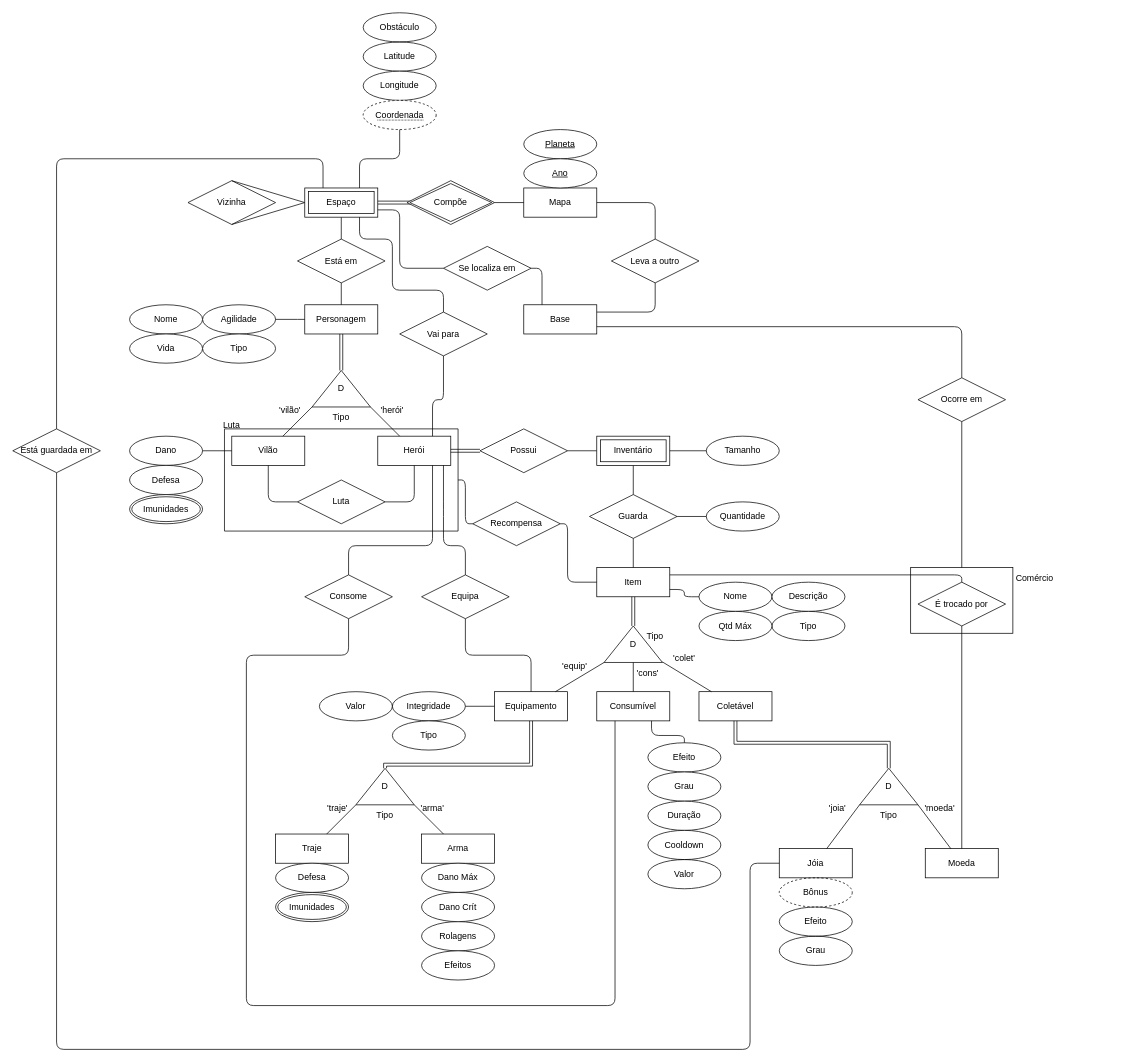
This is Módulo 1: MER/Modelo Entidade Relacionamento.drawio from SBD1/grupo11-Universo-Marvel, a draw.io file, before an edit. Source tidied: cells renumbered, new cells numbered last; positions are measured from the earlier drawing's top-left corner, leaving out a move shared by most shapes. Both pictures are drawn from the tidied source at 73%, with x=0, y=0 at pixel (12, 12).
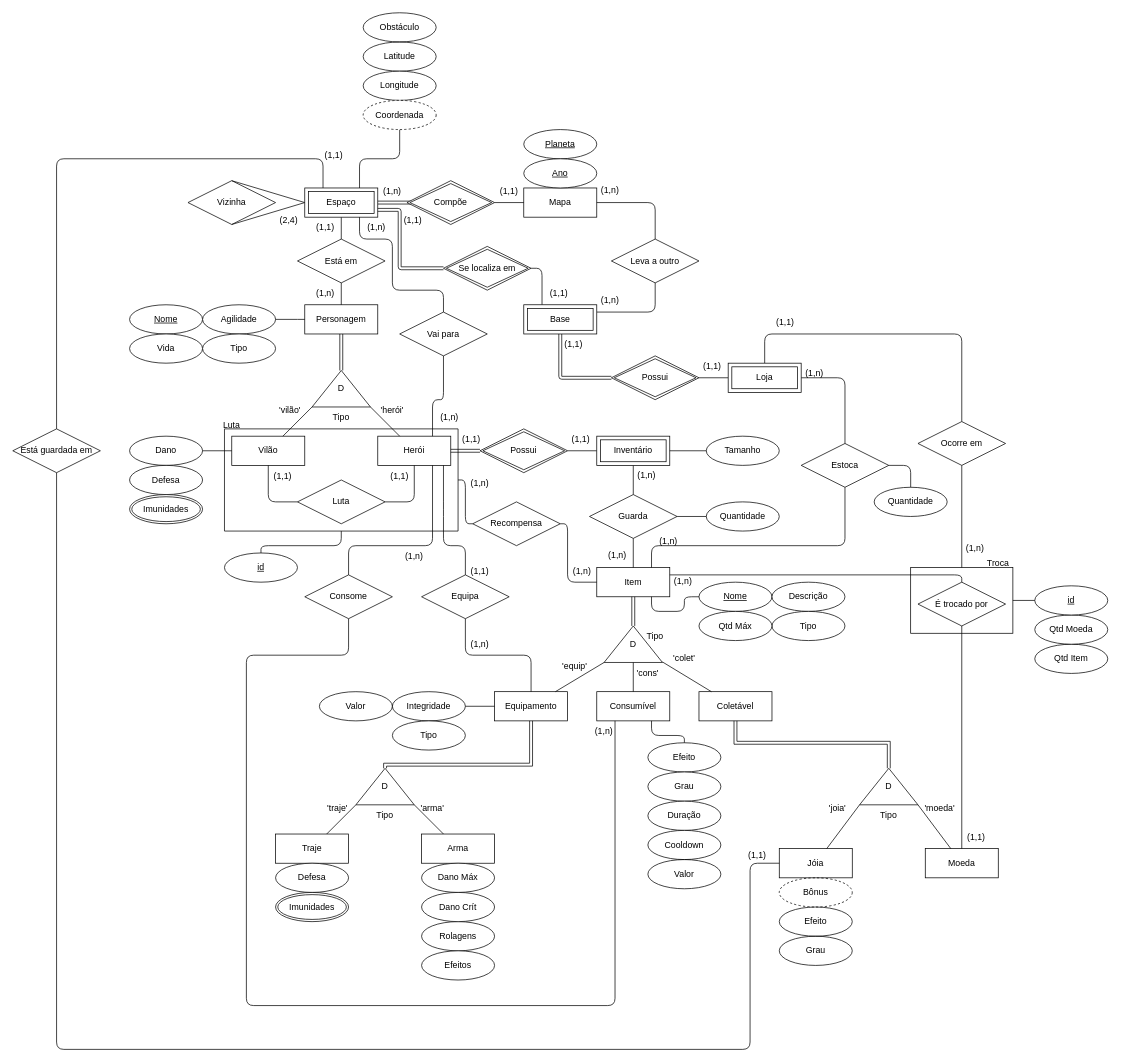
The same diagram, later.

Commit message:
Adding cardinality and finishing up ERM

The change refers to these unchanged cells:
```xml
<mxCell id="2" style="verticalLabelPosition=bottom;verticalAlign=top;html=1;shape=mxgraph.basic.rect;fillColor2=none;strokeWidth=1;size=20;indent=5;fillColor=none;" parent="1" vertex="1">
  <mxGeometry x="290" y="570" width="320" height="140" as="geometry" />
</mxCell>
<mxCell id="23" value="Espaço" style="shape=ext;margin=3;double=1;whiteSpace=wrap;html=1;align=center;" parent="1" vertex="1">
  <mxGeometry x="400" y="240" width="100" height="40" as="geometry" />
</mxCell>
<mxCell id="27" value="Herói" style="whiteSpace=wrap;html=1;align=center;" parent="1" vertex="1">
  <mxGeometry x="500" y="580" width="100" height="40" as="geometry" />
</mxCell>
<mxCell id="39" value="Item" style="whiteSpace=wrap;html=1;align=center;" parent="1" vertex="1">
  <mxGeometry x="800" y="760" width="100" height="40" as="geometry" />
</mxCell>
```

The edit, as a diff of the source:
```diff
@@
+    <mxCell id="135" style="rounded=0;whiteSpace=wrap;html=1;fillColor=none;" parent="1" vertex="1">
+      <mxGeometry x="1230" y="760" width="140" height="90" as="geometry" />
+    </mxCell>
@@
-    <mxCell id="16" value="Possui" style="shape=rhombus;perimeter=rhombusPerimeter;whiteSpace=wrap;html=1;align=center;" parent="1" vertex="1">
-      <mxGeometry x="640" y="570" width="120" height="60" as="geometry" />
-    </mxCell>
-    <mxCell id="17" style="endArrow=none;html=1;rounded=0;" parent="1" edge="1" source="16">
+    <mxCell id="17" style="endArrow=none;html=1;rounded=0;" parent="1" edge="1">
       <mxGeometry relative="1" as="geometry">
+        <mxPoint x="760" y="600" as="sourcePoint" />
         <mxPoint x="800" y="600" as="targetPoint" />
       </mxGeometry>
     </mxCell>
@@
-    <mxCell id="19" value="Nome" style="ellipse;whiteSpace=wrap;html=1;align=center;" parent="1" vertex="1">
+    <mxCell id="19" value="&lt;u&gt;Nome&lt;/u&gt;" style="ellipse;whiteSpace=wrap;html=1;align=center;" parent="1" vertex="1">
       <mxGeometry x="160" y="400" width="100" height="40" as="geometry" />
     </mxCell>
@@
-    <mxCell id="25" value="&lt;span style=&quot;border-bottom: 1px dotted&quot;&gt;Coordenada&lt;/span&gt;" style="ellipse;whiteSpace=wrap;html=1;align=center;dashed=1;" parent="1" vertex="1">
-      <mxGeometry x="480" y="120" width="100" height="40" as="geometry" />
-    </mxCell>
@@
-    <mxCell id="38" style="endArrow=none;html=1;rounded=0;shape=link;" parent="1" edge="1" source="27" target="16">
-      <mxGeometry relative="1" as="geometry" />
+    <mxCell id="38" style="endArrow=none;html=1;rounded=0;shape=link;" parent="1" edge="1" source="27">
+      <mxGeometry relative="1" as="geometry">
+        <mxPoint x="640" y="600" as="targetPoint" />
+      </mxGeometry>
     </mxCell>
@@
-    <mxCell id="45" value="Nome" style="ellipse;whiteSpace=wrap;html=1;align=center;" parent="1" vertex="1">
+    <mxCell id="45" value="&lt;u&gt;Nome&lt;/u&gt;" style="ellipse;whiteSpace=wrap;html=1;align=center;" parent="1" vertex="1">
       <mxGeometry x="940" y="780" width="100" height="40" as="geometry" />
     </mxCell>
@@
-    <mxCell id="48" style="endArrow=none;html=1;rounded=1;exitX=1;exitY=0.75;exitDx=0;exitDy=0;" parent="1" edge="1" source="39" target="45">
+    <mxCell id="48" style="endArrow=none;html=1;rounded=1;exitX=0.75;exitY=1;exitDx=0;exitDy=0;" parent="1" edge="1" source="39" target="45">
       <mxGeometry relative="1" as="geometry">
         <Array as="points">
-          <mxPoint x="920" y="790" />
+          <mxPoint x="875" y="820" />
+          <mxPoint x="920" y="820" />
           <mxPoint x="920" y="800" />
         </Array>
       </mxGeometry>
     </mxCell>
@@
-    <mxCell id="118" value="Base" style="whiteSpace=wrap;html=1;align=center;fillColor=none;" parent="1" vertex="1">
-      <mxGeometry x="700" y="400" width="100" height="40" as="geometry" />
-    </mxCell>
-    <mxCell id="119" style="endArrow=none;html=1;rounded=1;exitX=0.75;exitY=0;exitDx=0;exitDy=0;" parent="1" edge="1" source="23" target="25">
+    <mxCell id="119" style="endArrow=none;html=1;rounded=1;exitX=0.75;exitY=0;exitDx=0;exitDy=0;" parent="1" edge="1" source="23">
       <mxGeometry relative="1" as="geometry">
+        <mxPoint x="530" y="160" as="targetPoint" />
         <Array as="points">
           <mxPoint x="475" y="200" />
           <mxPoint x="530" y="200" />
         </Array>
       </mxGeometry>
     </mxCell>
@@
-    <mxCell id="122" value="Se localiza em" style="shape=rhombus;perimeter=rhombusPerimeter;whiteSpace=wrap;html=1;align=center;fillColor=none;" parent="1" vertex="1">
-      <mxGeometry x="590" y="320" width="120" height="60" as="geometry" />
-    </mxCell>
-    <mxCell id="123" style="endArrow=none;html=1;rounded=1;exitX=1;exitY=0.5;exitDx=0;exitDy=0;entryX=0.25;entryY=0;entryDx=0;entryDy=0;" parent="1" edge="1" source="122" target="118">
+    <mxCell id="123" style="endArrow=none;html=1;rounded=1;exitX=1;exitY=0.5;exitDx=0;exitDy=0;entryX=0.25;entryY=0;entryDx=0;entryDy=0;" parent="1" edge="1">
       <mxGeometry relative="1" as="geometry">
+        <mxPoint x="710" y="350" as="sourcePoint" />
+        <mxPoint x="725" y="400" as="targetPoint" />
         <Array as="points">
           <mxPoint x="725" y="350" />
         </Array>
       </mxGeometry>
     </mxCell>
@@
-    <mxCell id="126" style="endArrow=none;html=1;rounded=1;exitX=1;exitY=0.25;exitDx=0;exitDy=0;" parent="1" edge="1" source="118">
+    <mxCell id="126" style="endArrow=none;html=1;rounded=1;exitX=1;exitY=0.25;exitDx=0;exitDy=0;" parent="1" edge="1">
       <mxGeometry relative="1" as="geometry">
+        <mxPoint x="800" y="410" as="sourcePoint" />
         <mxPoint x="880" y="370" as="targetPoint" />
         <Array as="points">
           <mxPoint x="880" y="410" />
         </Array>
       </mxGeometry>
     </mxCell>
@@
-    <mxCell id="135" style="rounded=0;whiteSpace=wrap;html=1;fillColor=none;" parent="1" vertex="1">
-      <mxGeometry x="1230" y="760" width="140" height="90" as="geometry" />
-    </mxCell>
-    <mxCell id="136" value="Comércio" style="text;html=1;strokeColor=none;fillColor=none;align=center;verticalAlign=middle;whiteSpace=wrap;rounded=0;" parent="1" vertex="1">
-      <mxGeometry x="1370" y="760" width="60" height="30" as="geometry" />
+    <mxCell id="136" value="Troca" style="text;html=1;strokeColor=none;fillColor=none;align=center;verticalAlign=middle;whiteSpace=wrap;rounded=0;" parent="1" vertex="1">
+      <mxGeometry x="1320" y="740" width="60" height="30" as="geometry" />
     </mxCell>
     <mxCell id="137" value="Ocorre em" style="shape=rhombus;perimeter=rhombusPerimeter;whiteSpace=wrap;html=1;align=center;fillColor=none;" parent="1" vertex="1">
-      <mxGeometry x="1240" y="500" width="120" height="60" as="geometry" />
+      <mxGeometry x="1240" y="560" width="120" height="60" as="geometry" />
     </mxCell>
@@
-    <mxCell id="139" style="endArrow=none;html=1;rounded=1;exitX=1;exitY=0.75;exitDx=0;exitDy=0;entryX=0.5;entryY=0;entryDx=0;entryDy=0;" parent="1" edge="1" source="118" target="137">
+    <mxCell id="139" style="endArrow=none;html=1;rounded=1;entryX=0.5;entryY=0;entryDx=0;entryDy=0;exitX=0.5;exitY=0;exitDx=0;exitDy=0;" parent="1" edge="1" target="137">
       <mxGeometry relative="1" as="geometry">
+        <mxPoint x="1030" y="480" as="sourcePoint" />
         <Array as="points">
-          <mxPoint x="1300" y="430" />
+          <mxPoint x="1030" y="440" />
+          <mxPoint x="1300" y="440" />
         </Array>
       </mxGeometry>
     </mxCell>
@@
-    <mxCell id="143" style="endArrow=none;html=1;rounded=1;exitX=1;exitY=0.75;exitDx=0;exitDy=0;entryX=0;entryY=0.5;entryDx=0;entryDy=0;" parent="1" edge="1" source="23" target="122">
+    <mxCell id="143" style="endArrow=none;html=1;rounded=1;exitX=1;exitY=0.75;exitDx=0;exitDy=0;entryX=0;entryY=0.5;entryDx=0;entryDy=0;shape=link;" parent="1" edge="1" source="23">
       <mxGeometry relative="1" as="geometry">
+        <mxPoint x="590" y="350" as="targetPoint" />
         <Array as="points">
           <mxPoint x="530" y="270" />
           <mxPoint x="530" y="350" />
         </Array>
       </mxGeometry>
     </mxCell>
+    <mxCell id="144" value="(1,1)" style="text;html=1;strokeColor=none;fillColor=none;align=center;verticalAlign=middle;whiteSpace=wrap;rounded=0;" parent="1" vertex="1">
+      <mxGeometry x="670" y="240" width="20" height="10" as="geometry" />
+    </mxCell>
+    <mxCell id="145" value="(1,n)" style="text;html=1;strokeColor=none;fillColor=none;align=center;verticalAlign=middle;whiteSpace=wrap;rounded=0;" parent="1" vertex="1">
+      <mxGeometry x="510" y="240" width="20" height="10" as="geometry" />
+    </mxCell>
+    <mxCell id="146" value="(1,1)" style="text;html=1;strokeColor=none;fillColor=none;align=center;verticalAlign=middle;whiteSpace=wrap;rounded=0;" parent="1" vertex="1">
+      <mxGeometry x="430" y="190" width="20" height="10" as="geometry" />
+    </mxCell>
+    <mxCell id="147" value="(1,1)" style="text;html=1;strokeColor=none;fillColor=none;align=center;verticalAlign=middle;whiteSpace=wrap;rounded=0;" parent="1" vertex="1">
+      <mxGeometry x="1010" y="1150" width="20" height="10" as="geometry" />
+    </mxCell>
+    <mxCell id="148" value="(1,1)" style="text;html=1;strokeColor=none;fillColor=none;align=center;verticalAlign=middle;whiteSpace=wrap;rounded=0;" parent="1" vertex="1">
+      <mxGeometry x="500" y="620" width="60" height="30" as="geometry" />
+    </mxCell>
+    <mxCell id="149" value="(1,1)" style="text;html=1;strokeColor=none;fillColor=none;align=center;verticalAlign=middle;whiteSpace=wrap;rounded=0;" parent="1" vertex="1">
+      <mxGeometry x="340" y="620" width="60" height="30" as="geometry" />
+    </mxCell>
+    <mxCell id="150" value="(1,n)" style="text;html=1;strokeColor=none;fillColor=none;align=center;verticalAlign=middle;whiteSpace=wrap;rounded=0;" parent="1" vertex="1">
+      <mxGeometry x="610" y="850" width="60" height="30" as="geometry" />
+    </mxCell>
+    <mxCell id="151" value="(1,1)" style="text;html=1;strokeColor=none;fillColor=none;align=center;verticalAlign=middle;whiteSpace=wrap;rounded=0;" parent="1" vertex="1">
+      <mxGeometry x="610" y="750" width="60" height="30" as="geometry" />
+    </mxCell>
+    <mxCell id="152" value="(1,n)" style="text;html=1;strokeColor=none;fillColor=none;align=center;verticalAlign=middle;whiteSpace=wrap;rounded=0;" parent="1" vertex="1">
+      <mxGeometry x="520" y="730" width="60" height="30" as="geometry" />
+    </mxCell>
+    <mxCell id="153" value="(1,n)" style="text;html=1;strokeColor=none;fillColor=none;align=center;verticalAlign=middle;whiteSpace=wrap;rounded=0;" parent="1" vertex="1">
+      <mxGeometry x="780" y="970" width="60" height="30" as="geometry" />
+    </mxCell>
+    <mxCell id="154" value="(1,n)" style="text;html=1;strokeColor=none;fillColor=none;align=center;verticalAlign=middle;whiteSpace=wrap;rounded=0;" parent="1" vertex="1">
+      <mxGeometry x="610" y="630" width="60" height="30" as="geometry" />
+    </mxCell>
+    <mxCell id="155" value="(1,n)" style="text;html=1;strokeColor=none;fillColor=none;align=center;verticalAlign=middle;whiteSpace=wrap;rounded=0;" parent="1" vertex="1">
+      <mxGeometry x="750" y="750" width="60" height="30" as="geometry" />
+    </mxCell>
+    <mxCell id="156" value="(1,1)" style="text;html=1;strokeColor=none;fillColor=none;align=center;verticalAlign=middle;whiteSpace=wrap;rounded=0;" parent="1" vertex="1">
+      <mxGeometry x="1290" y="1115" width="60" height="30" as="geometry" />
+    </mxCell>
+    <mxCell id="157" value="Qtd Item" style="ellipse;whiteSpace=wrap;html=1;align=center;" parent="1" vertex="1">
+      <mxGeometry x="1400" y="865" width="100" height="40" as="geometry" />
+    </mxCell>
+    <mxCell id="158" value="Qtd Moeda" style="ellipse;whiteSpace=wrap;html=1;align=center;" parent="1" vertex="1">
+      <mxGeometry x="1400" y="825" width="100" height="40" as="geometry" />
+    </mxCell>
+    <mxCell id="159" value="&lt;u&gt;id&lt;/u&gt;" style="ellipse;whiteSpace=wrap;html=1;align=center;" parent="1" vertex="1">
+      <mxGeometry x="1400" y="785" width="100" height="40" as="geometry" />
+    </mxCell>
+    <mxCell id="160" style="endArrow=none;html=1;rounded=0;" parent="1" edge="1" source="135" target="159">
+      <mxGeometry relative="1" as="geometry" />
+    </mxCell>
+    <mxCell id="161" value="(1,n)" style="text;strokeColor=none;fillColor=none;spacingLeft=4;spacingRight=4;overflow=hidden;fontSize=12;" parent="1" vertex="1">
+      <mxGeometry x="900" y="765" width="40" height="30" as="geometry" />
+    </mxCell>
+    <mxCell id="162" value="(1,1)" style="text;strokeColor=none;fillColor=none;spacingLeft=4;spacingRight=4;overflow=hidden;fontSize=12;" parent="1" vertex="1">
+      <mxGeometry x="610" y="570" width="40" height="30" as="geometry" />
+    </mxCell>
+    <mxCell id="163" value="(1,1)" style="text;strokeColor=none;fillColor=none;spacingLeft=4;spacingRight=4;overflow=hidden;fontSize=12;" parent="1" vertex="1">
+      <mxGeometry x="760" y="570" width="40" height="30" as="geometry" />
+    </mxCell>
+    <mxCell id="164" value="(1,n)" style="text;strokeColor=none;fillColor=none;spacingLeft=4;spacingRight=4;overflow=hidden;fontSize=12;" parent="1" vertex="1">
+      <mxGeometry x="850" y="620" width="40" height="30" as="geometry" />
+    </mxCell>
+    <mxCell id="165" value="(1,n)" style="text;strokeColor=none;fillColor=none;spacingLeft=4;spacingRight=4;overflow=hidden;fontSize=12;" parent="1" vertex="1">
+      <mxGeometry x="810" y="730" width="40" height="30" as="geometry" />
+    </mxCell>
+    <mxCell id="166" value="(1,1)" style="text;strokeColor=none;fillColor=none;spacingLeft=4;spacingRight=4;overflow=hidden;fontSize=12;" parent="1" vertex="1">
+      <mxGeometry x="410" y="280" width="40" height="30" as="geometry" />
+    </mxCell>
+    <mxCell id="167" value="(1,n)" style="text;strokeColor=none;fillColor=none;spacingLeft=4;spacingRight=4;overflow=hidden;fontSize=12;" parent="1" vertex="1">
+      <mxGeometry x="410" y="370" width="40" height="30" as="geometry" />
+    </mxCell>
+    <mxCell id="168" value="(1,1)" style="text;strokeColor=none;fillColor=none;spacingLeft=4;spacingRight=4;overflow=hidden;fontSize=12;" parent="1" vertex="1">
+      <mxGeometry x="530" y="270" width="40" height="30" as="geometry" />
+    </mxCell>
+    <mxCell id="169" value="(1,1)" style="text;strokeColor=none;fillColor=none;spacingLeft=4;spacingRight=4;overflow=hidden;fontSize=12;" parent="1" vertex="1">
+      <mxGeometry x="730" y="370" width="40" height="30" as="geometry" />
+    </mxCell>
+    <mxCell id="170" value="(1,n)" style="text;strokeColor=none;fillColor=none;spacingLeft=4;spacingRight=4;overflow=hidden;fontSize=12;" parent="1" vertex="1">
+      <mxGeometry x="800" y="230" width="40" height="30" as="geometry" />
+    </mxCell>
+    <mxCell id="171" value="(1,n)" style="text;strokeColor=none;fillColor=none;spacingLeft=4;spacingRight=4;overflow=hidden;fontSize=12;" parent="1" vertex="1">
+      <mxGeometry x="800" y="380" width="40" height="30" as="geometry" />
+    </mxCell>
+    <mxCell id="172" value="Estoca" style="shape=rhombus;perimeter=rhombusPerimeter;whiteSpace=wrap;html=1;align=center;" parent="1" vertex="1">
+      <mxGeometry x="1080" y="590" width="120" height="60" as="geometry" />
+    </mxCell>
+    <mxCell id="173" value="Quantidade" style="ellipse;whiteSpace=wrap;html=1;align=center;" parent="1" vertex="1">
+      <mxGeometry x="1180" y="650" width="100" height="40" as="geometry" />
+    </mxCell>
+    <mxCell id="174" style="endArrow=none;html=1;rounded=1;shape=link;" parent="1" edge="1">
+      <mxGeometry relative="1" as="geometry">
+        <mxPoint x="750" y="440" as="sourcePoint" />
+        <mxPoint x="820" y="500" as="targetPoint" />
+        <Array as="points">
+          <mxPoint x="750" y="500" />
+        </Array>
+      </mxGeometry>
+    </mxCell>
+    <mxCell id="175" style="endArrow=none;html=1;rounded=0;" parent="1" edge="1">
+      <mxGeometry relative="1" as="geometry">
+        <mxPoint x="940" y="500" as="sourcePoint" />
+        <mxPoint x="980" y="500" as="targetPoint" />
+      </mxGeometry>
+    </mxCell>
+    <mxCell id="176" style="endArrow=none;html=1;rounded=1;" parent="1" edge="1" source="172" target="173">
+      <mxGeometry relative="1" as="geometry">
+        <Array as="points">
+          <mxPoint x="1230" y="620" />
+        </Array>
+      </mxGeometry>
+    </mxCell>
+    <mxCell id="177" style="endArrow=none;html=1;rounded=1;" parent="1" edge="1" target="172">
+      <mxGeometry relative="1" as="geometry">
+        <mxPoint x="1080" y="500" as="sourcePoint" />
+        <Array as="points">
+          <mxPoint x="1140" y="500" />
+        </Array>
+      </mxGeometry>
+    </mxCell>
+    <mxCell id="178" style="endArrow=none;html=1;rounded=1;exitX=0.75;exitY=0;exitDx=0;exitDy=0;entryX=0.5;entryY=1;entryDx=0;entryDy=0;" parent="1" edge="1" source="39" target="172">
+      <mxGeometry relative="1" as="geometry">
+        <Array as="points">
+          <mxPoint x="875" y="730" />
+          <mxPoint x="1140" y="730" />
+        </Array>
+      </mxGeometry>
+    </mxCell>
+    <mxCell id="179" value="(1,n)" style="text;strokeColor=none;fillColor=none;spacingLeft=4;spacingRight=4;overflow=hidden;fontSize=12;" parent="1" vertex="1">
+      <mxGeometry x="880" y="710" width="40" height="30" as="geometry" />
+    </mxCell>
+    <mxCell id="180" value="(1,n)" style="text;strokeColor=none;fillColor=none;spacingLeft=4;spacingRight=4;overflow=hidden;fontSize=12;" parent="1" vertex="1">
+      <mxGeometry x="1080" y="480" width="40" height="30" as="geometry" />
+    </mxCell>
+    <mxCell id="181" value="(1,n)" style="text;strokeColor=none;fillColor=none;spacingLeft=4;spacingRight=4;overflow=hidden;fontSize=12;" parent="1" vertex="1">
+      <mxGeometry x="1300" y="720" width="40" height="30" as="geometry" />
+    </mxCell>
+    <mxCell id="182" value="(1,1)" style="text;strokeColor=none;fillColor=none;spacingLeft=4;spacingRight=4;overflow=hidden;fontSize=12;" parent="1" vertex="1">
+      <mxGeometry x="1040" y="410" width="40" height="30" as="geometry" />
+    </mxCell>
+    <mxCell id="183" value="Loja" style="shape=ext;margin=3;double=1;whiteSpace=wrap;html=1;align=center;" parent="1" vertex="1">
+      <mxGeometry x="980" y="480" width="100" height="40" as="geometry" />
+    </mxCell>
+    <mxCell id="184" value="(1,1)" style="text;strokeColor=none;fillColor=none;spacingLeft=4;spacingRight=4;overflow=hidden;fontSize=12;" parent="1" vertex="1">
+      <mxGeometry x="750" y="440" width="40" height="30" as="geometry" />
+    </mxCell>
+    <mxCell id="185" value="(1,1)" style="text;strokeColor=none;fillColor=none;spacingLeft=4;spacingRight=4;overflow=hidden;fontSize=12;" parent="1" vertex="1">
+      <mxGeometry x="940" y="470" width="40" height="30" as="geometry" />
+    </mxCell>
+    <mxCell id="186" value="Possui" style="shape=rhombus;double=1;perimeter=rhombusPerimeter;whiteSpace=wrap;html=1;align=center;" parent="1" vertex="1">
+      <mxGeometry x="640" y="570" width="120" height="60" as="geometry" />
+    </mxCell>
+    <mxCell id="187" value="Possui" style="shape=rhombus;double=1;perimeter=rhombusPerimeter;whiteSpace=wrap;html=1;align=center;" parent="1" vertex="1">
+      <mxGeometry x="820" y="470" width="120" height="60" as="geometry" />
+    </mxCell>
+    <mxCell id="122" value="Se localiza em" style="shape=rhombus;double=1;perimeter=rhombusPerimeter;whiteSpace=wrap;html=1;align=center;" parent="1" vertex="1">
+      <mxGeometry x="590" y="320" width="120" height="60" as="geometry" />
+    </mxCell>
+    <mxCell id="25" value="Coordenada" style="ellipse;whiteSpace=wrap;html=1;align=center;dashed=1;" parent="1" vertex="1">
+      <mxGeometry x="480" y="120" width="100" height="40" as="geometry" />
+    </mxCell>
+    <mxCell id="118" value="Base" style="shape=ext;margin=3;double=1;whiteSpace=wrap;html=1;align=center;" parent="1" vertex="1">
+      <mxGeometry x="700" y="400" width="100" height="40" as="geometry" />
+    </mxCell>
+    <mxCell id="188" value="(2,4)" style="text;strokeColor=none;fillColor=none;spacingLeft=4;spacingRight=4;overflow=hidden;fontSize=12;" parent="1" vertex="1">
+      <mxGeometry x="360" y="270" width="40" height="30" as="geometry" />
+    </mxCell>
+    <mxCell id="189" value="id" style="ellipse;whiteSpace=wrap;html=1;align=center;fontStyle=4;" parent="1" vertex="1">
+      <mxGeometry x="290" y="740" width="100" height="40" as="geometry" />
+    </mxCell>
+    <mxCell id="190" style="endArrow=none;html=1;rounded=1;" parent="1" edge="1" source="189" target="2">
+      <mxGeometry relative="1" as="geometry">
+        <Array as="points">
+          <mxPoint x="340" y="730" />
+          <mxPoint x="450" y="730" />
+        </Array>
+      </mxGeometry>
+    </mxCell>
+    <mxCell id="191" value="(1,n)" style="text;strokeColor=none;fillColor=none;spacingLeft=4;spacingRight=4;overflow=hidden;fontSize=12;" parent="1" vertex="1">
+      <mxGeometry x="480" y="280" width="40" height="30" as="geometry" />
+    </mxCell>
+    <mxCell id="192" value="(1,n)" style="text;strokeColor=none;fillColor=none;spacingLeft=4;spacingRight=4;overflow=hidden;fontSize=12;" parent="1" vertex="1">
+      <mxGeometry x="580" y="540" width="40" height="30" as="geometry" />
+    </mxCell>
```
